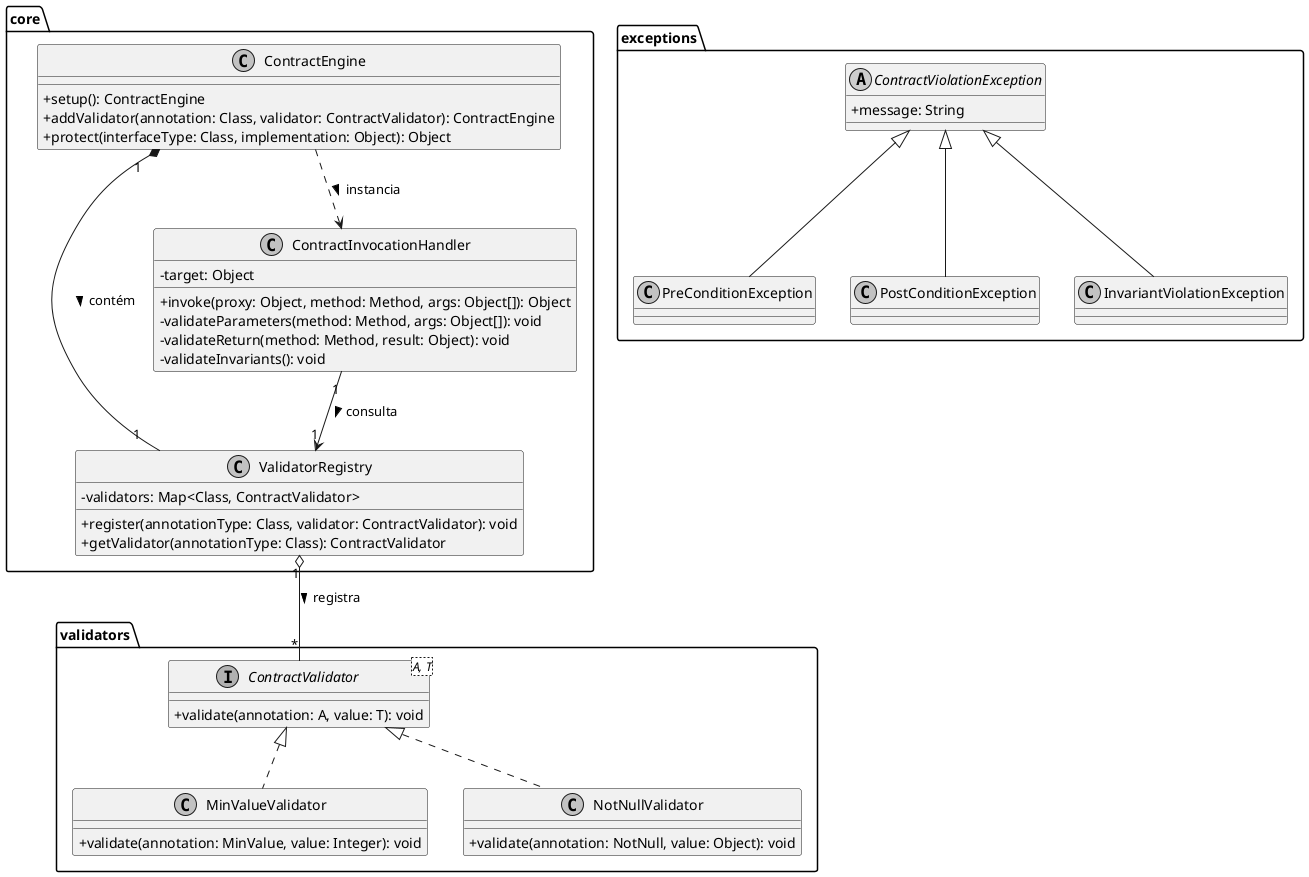
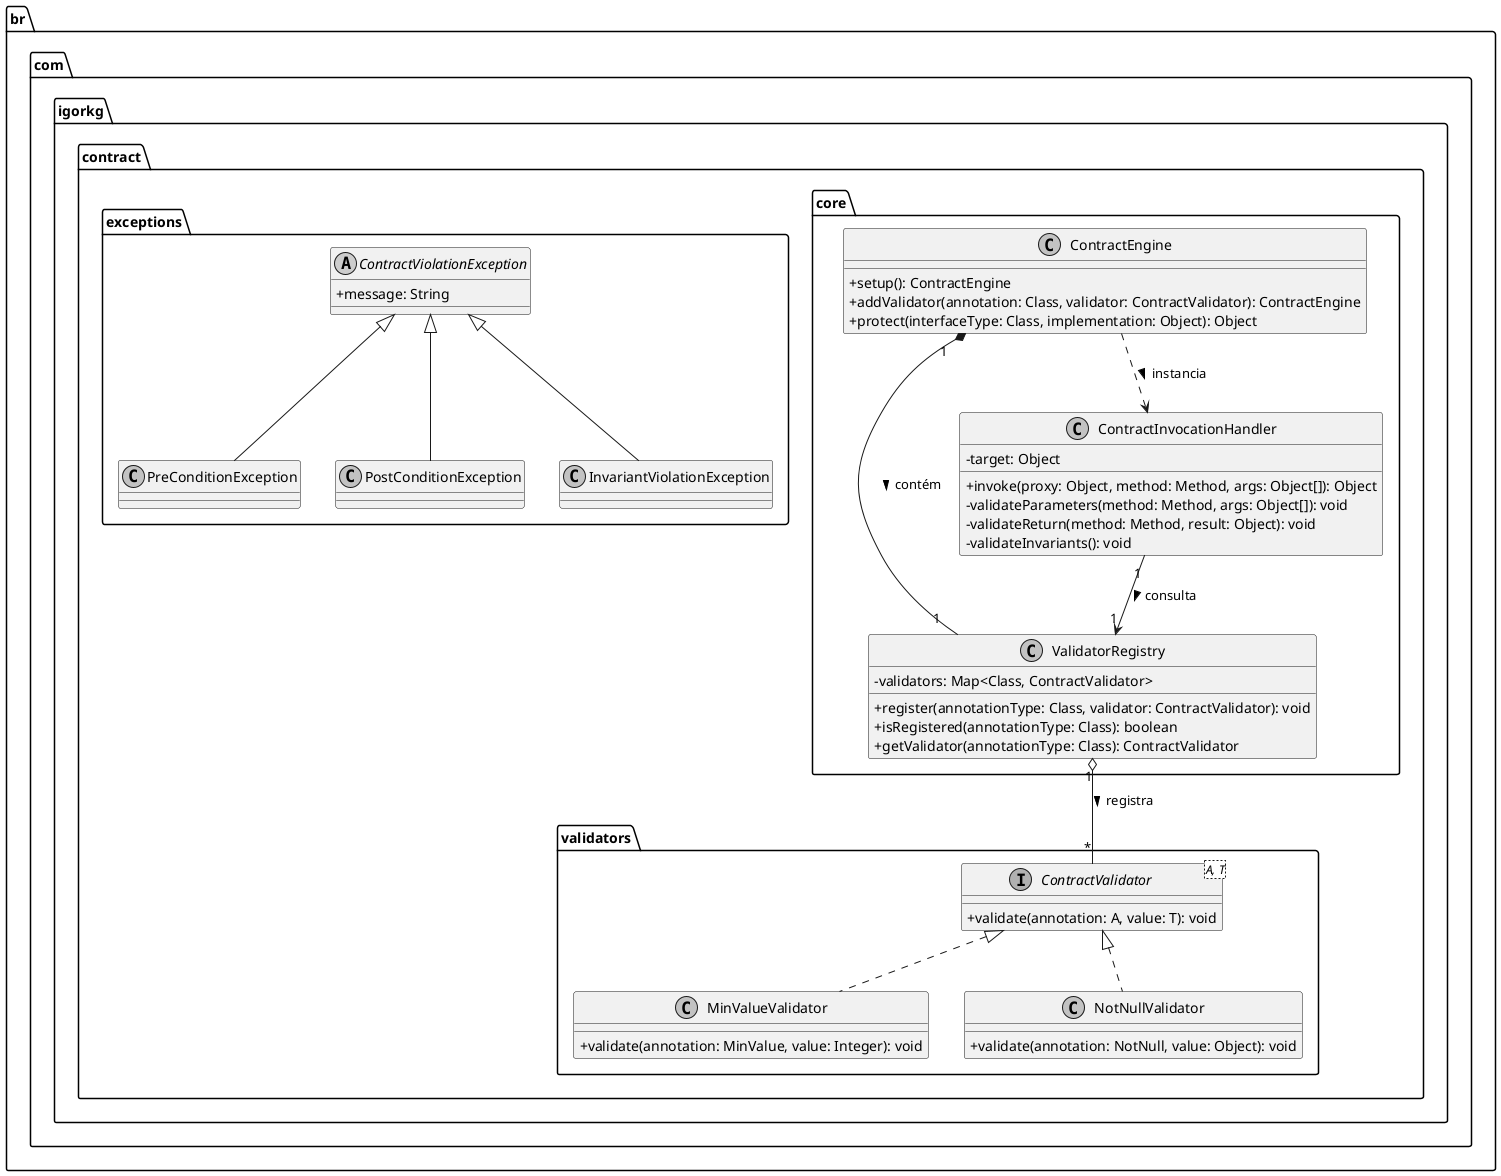
@startuml
skinparam classAttributeIconSize 0
skinparam monochrome true

- package "core" {
+ package "br.com.igorkg.contract.core" {
    class ContractEngine {
        + setup(): ContractEngine
        + addValidator(annotation: Class, validator: ContractValidator): ContractEngine
        + protect(interfaceType: Class, implementation: Object): Object
    }

    class ValidatorRegistry {
        - validators: Map<Class, ContractValidator>
        + register(annotationType: Class, validator: ContractValidator): void
+         + isRegistered(annotationType: Class): boolean
        + getValidator(annotationType: Class): ContractValidator
    }

    class ContractInvocationHandler {
        - target: Object
        + invoke(proxy: Object, method: Method, args: Object[]): Object
        - validateParameters(method: Method, args: Object[]): void
        - validateReturn(method: Method, result: Object): void
        - validateInvariants(): void
    }
}

- package "validators" {
+ package "br.com.igorkg.contract.validators" {
    interface ContractValidator<A, T> {
        + validate(annotation: A, value: T): void
    }

    class MinValueValidator {
        + validate(annotation: MinValue, value: Integer): void
    }

    class NotNullValidator {
        + validate(annotation: NotNull, value: Object): void
    }
}

- package "exceptions" {
+ package "br.com.igorkg.contract.exceptions" {
    abstract class ContractViolationException {
        + message: String
    }

    class PreConditionException {
    }

    class PostConditionException {
    }

    class InvariantViolationException {
    }
}

' Relacionamentos aplicando os conceitos da aula:

' 1. Composição
ContractEngine "1" *-- "1" ValidatorRegistry : contém >

' 2. Agregação
ValidatorRegistry "1" o-- "*" ContractValidator : registra >

' 3. Associação
ContractInvocationHandler "1" --> "1" ValidatorRegistry : consulta >

' 4. Dependência
ContractEngine ..> ContractInvocationHandler : instancia >

' 5. Generalização (Herança / Realização)
ContractViolationException <|-- PreConditionException
ContractViolationException <|-- PostConditionException
ContractViolationException <|-- InvariantViolationException

ContractValidator <|.. MinValueValidator
ContractValidator <|.. NotNullValidator

@enduml